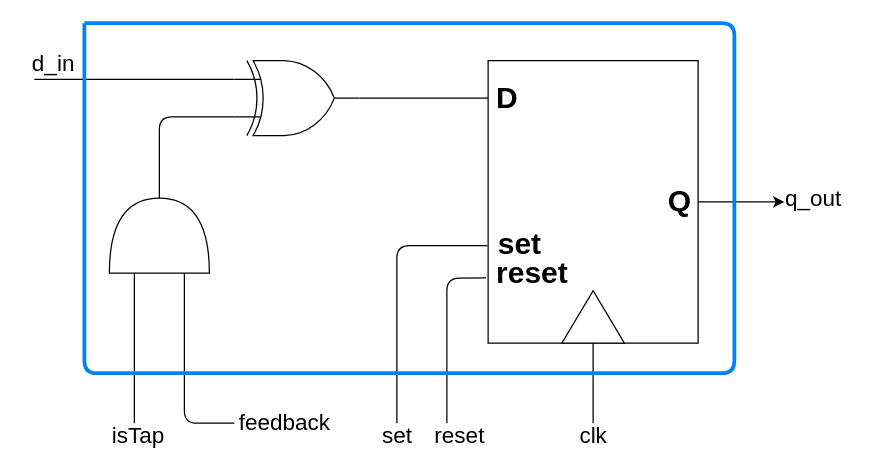
Earlier version of the draw.io diagram Doc/img/drawio/FF_tap_circuit.drawio (fraie98/LinearFeedbackShiftRegister). Source tidied: cells renumbered, new cells numbered last; positions are measured from the earlier drawing's top-left corner, leaving out a move shared by most shapes. Both pictures are drawn from the tidied source at 125%, with x=0, y=0 at pixel (21, 22).
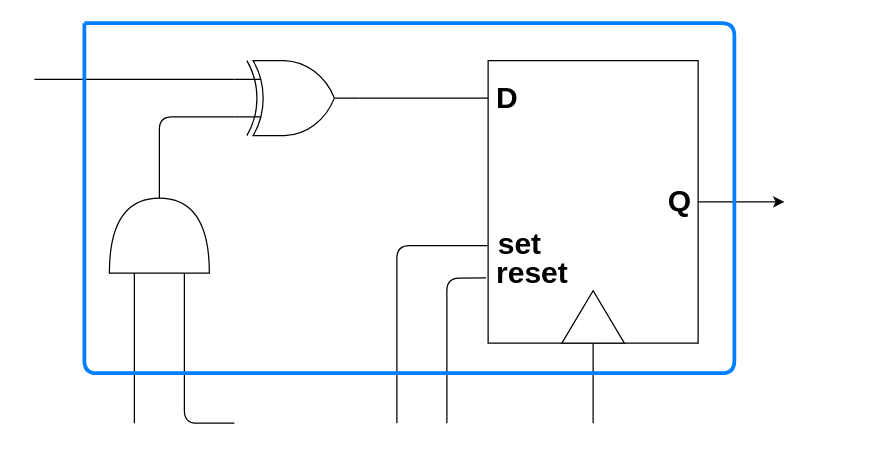
After the change.

Change to the diagram source:
```diff
@@
-    <mxCell id="20" value="&lt;font style=&quot;font-size: 18px&quot;&gt;d_in&lt;/font&gt;" style="text;html=1;align=center;verticalAlign=middle;" parent="1" vertex="1">
-      <mxGeometry y="23" width="50" height="20" as="geometry" />
-    </mxCell>
-    <mxCell id="21" value="&lt;font style=&quot;font-size: 18px&quot;&gt;isTap&lt;/font&gt;" style="text;html=1;align=center;verticalAlign=middle;" parent="1" vertex="1">
-      <mxGeometry x="63" y="320" width="60" height="20" as="geometry" />
-    </mxCell>
-    <mxCell id="22" value="&lt;font style=&quot;font-size: 18px&quot;&gt;feedback&lt;/font&gt;" style="text;html=1;align=center;verticalAlign=middle;" parent="1" vertex="1">
-      <mxGeometry x="165" y="310" width="90" height="20" as="geometry" />
-    </mxCell>
-    <mxCell id="23" value="&lt;font style=&quot;font-size: 18px&quot;&gt;set&lt;/font&gt;" style="text;html=1;align=center;verticalAlign=middle;" parent="1" vertex="1">
-      <mxGeometry x="280" y="320" width="40" height="20" as="geometry" />
-    </mxCell>
-    <mxCell id="24" value="&lt;font style=&quot;font-size: 18px&quot;&gt;reset&lt;/font&gt;" style="text;html=1;align=center;verticalAlign=middle;" parent="1" vertex="1">
-      <mxGeometry x="320" y="320" width="60" height="20" as="geometry" />
-    </mxCell>
-    <mxCell id="25" value="&lt;font style=&quot;font-size: 18px&quot;&gt;clk&lt;/font&gt;" style="text;html=1;align=center;verticalAlign=middle;" parent="1" vertex="1">
-      <mxGeometry x="437" y="320" width="40" height="20" as="geometry" />
-    </mxCell>
-    <mxCell id="26" value="&lt;font style=&quot;font-size: 18px&quot;&gt;q_out&lt;/font&gt;" style="text;html=1;align=center;verticalAlign=middle;" parent="1" vertex="1">
-      <mxGeometry x="603" y="131" width="60" height="20" as="geometry" />
-    </mxCell>
```
